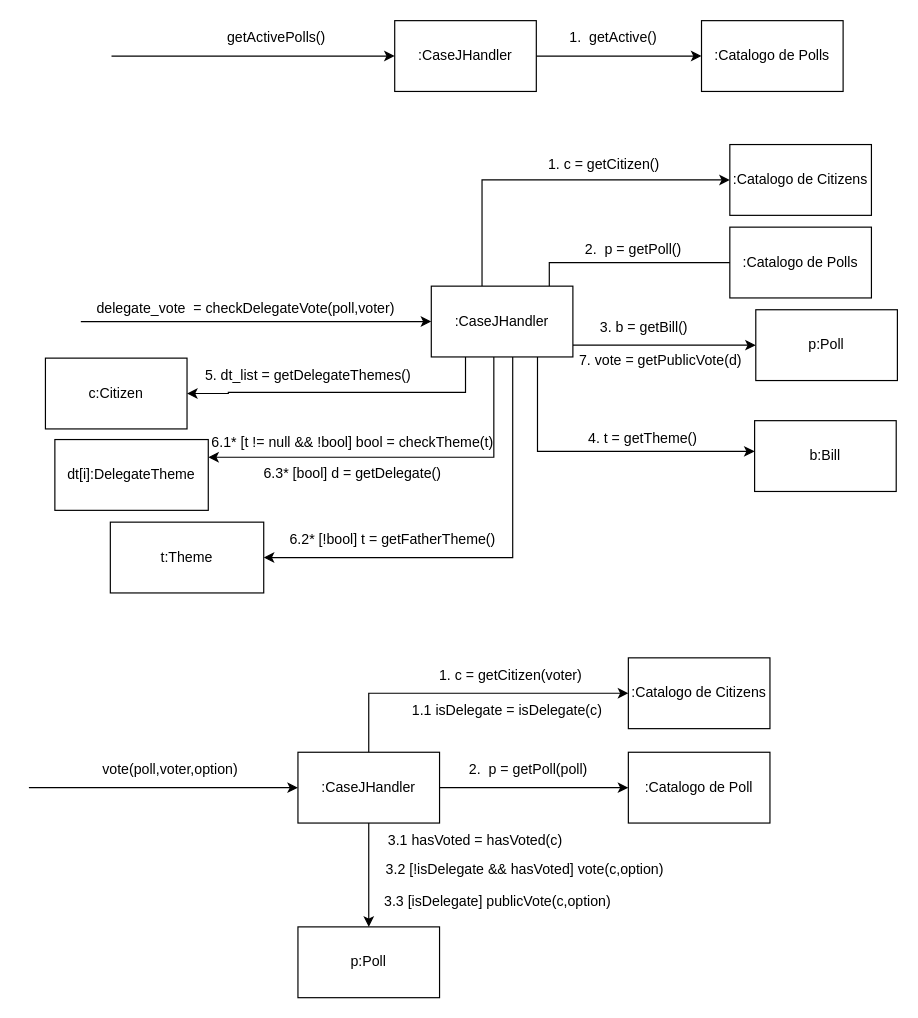
Before: page "Page-7" (7 of 8) of docs/IDs.drawio in thiagottvd/democracia2, a draw.io diagram. Source tidied: cells renumbered, new cells numbered last; positions are measured from the earlier drawing's top-left corner, leaving out a move shared by most shapes. Both pictures are drawn from the tidied source at 118%, with x=0, y=0 at pixel (28, 20).
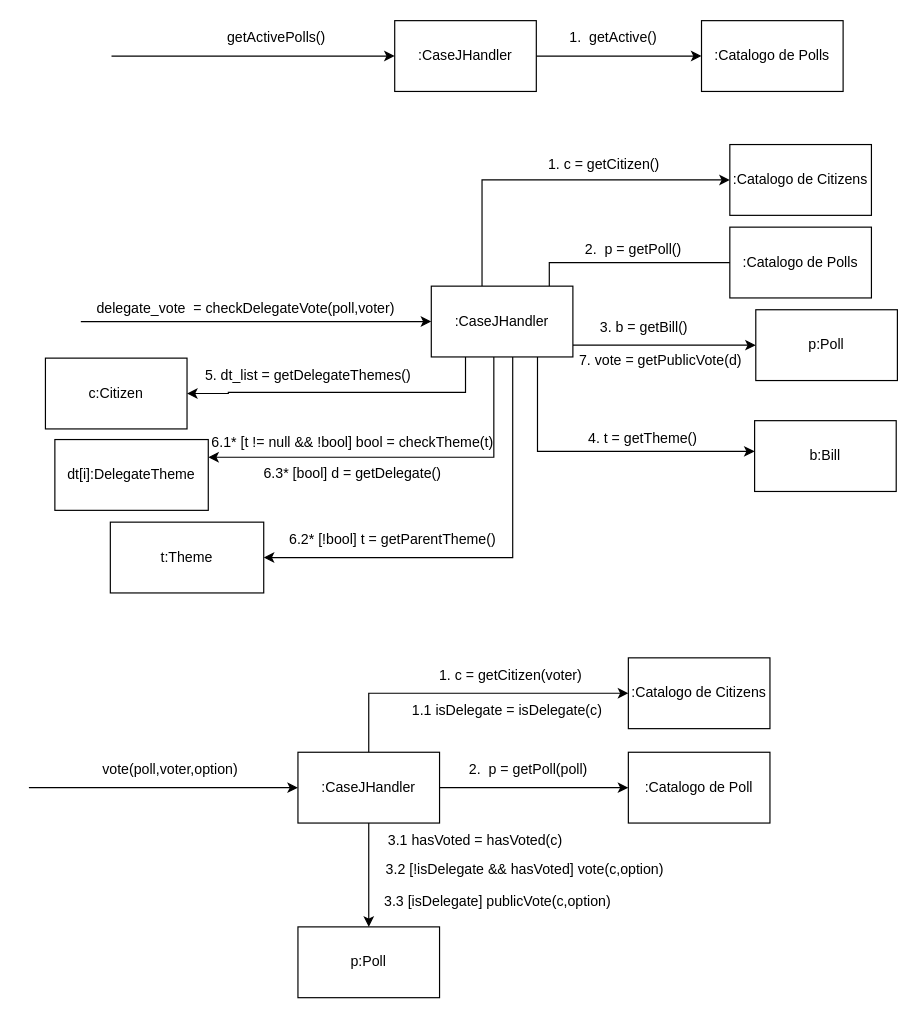
The same diagram, later.

What changed in the source:
```diff
@@
-    <mxCell id="41" value="6.2* [!bool] t = getFatherTheme()" style="text;html=1;align=center;verticalAlign=middle;strokeColor=none;fillColor=none;" parent="1" vertex="1">
+    <mxCell id="41" value="6.2* [!bool] t = getParentTheme()" style="text;html=1;align=center;verticalAlign=middle;strokeColor=none;fillColor=none;" parent="1" vertex="1">
       <mxGeometry x="208" y="425" width="200" height="30" as="geometry" />
     </mxCell>
```
